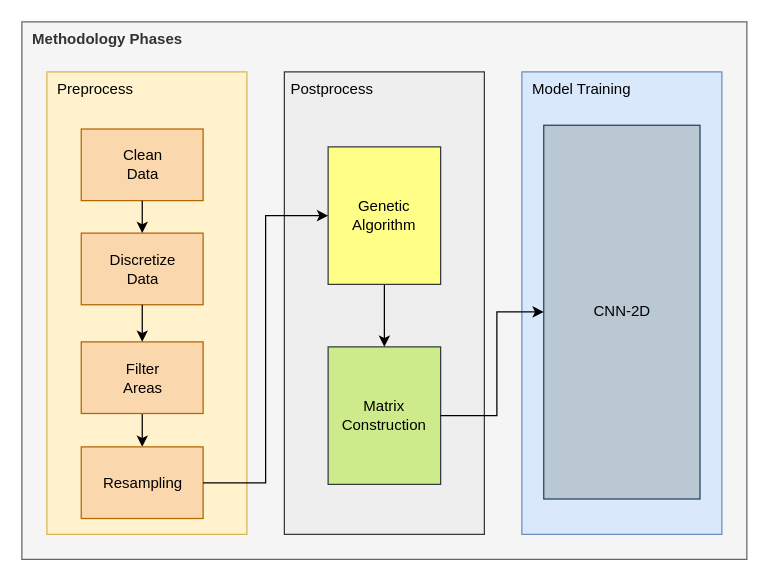
Before: diagrams/Tesis/7th DataFlow Chart.drawio in luperezsal/GTAAF-CNN, a draw.io diagram. Source tidied: cells renumbered, new cells numbered last; positions are measured from the earlier drawing's top-left corner, leaving out a move shared by most shapes. Both pictures are drawn from the tidied source at 125%, with x=0, y=0 at pixel (21, 21).
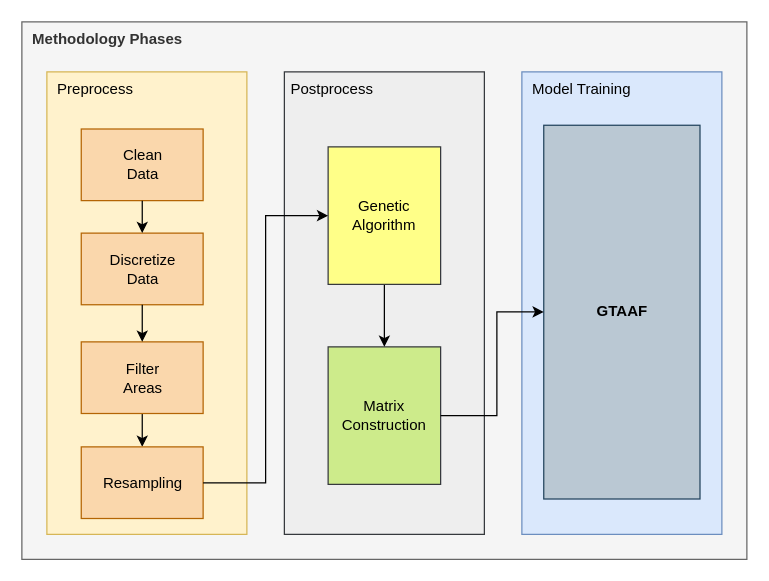
After the change.

Unchanged cells that the change refers to:
```xml
<mxCell id="18" style="group;" parent="1" vertex="1">
  <mxGeometry x="417.5" y="64" width="125" height="320" as="geometry" />
</mxCell>
```

Change to the diagram source:
```diff
@@
-    <mxCell id="19" value="CNN-2D" style="rounded=0;whiteSpace=wrap;html=1;fillColor=#bac8d3;strokeColor=#23445d;" parent="18" vertex="1">
+    <mxCell id="19" value="&lt;b&gt;GTAAF&lt;/b&gt;" style="rounded=0;whiteSpace=wrap;html=1;fillColor=#bac8d3;strokeColor=#23445d;" parent="18" vertex="1">
       <mxGeometry y="18.7" width="125" height="299" as="geometry" />
     </mxCell>
```
